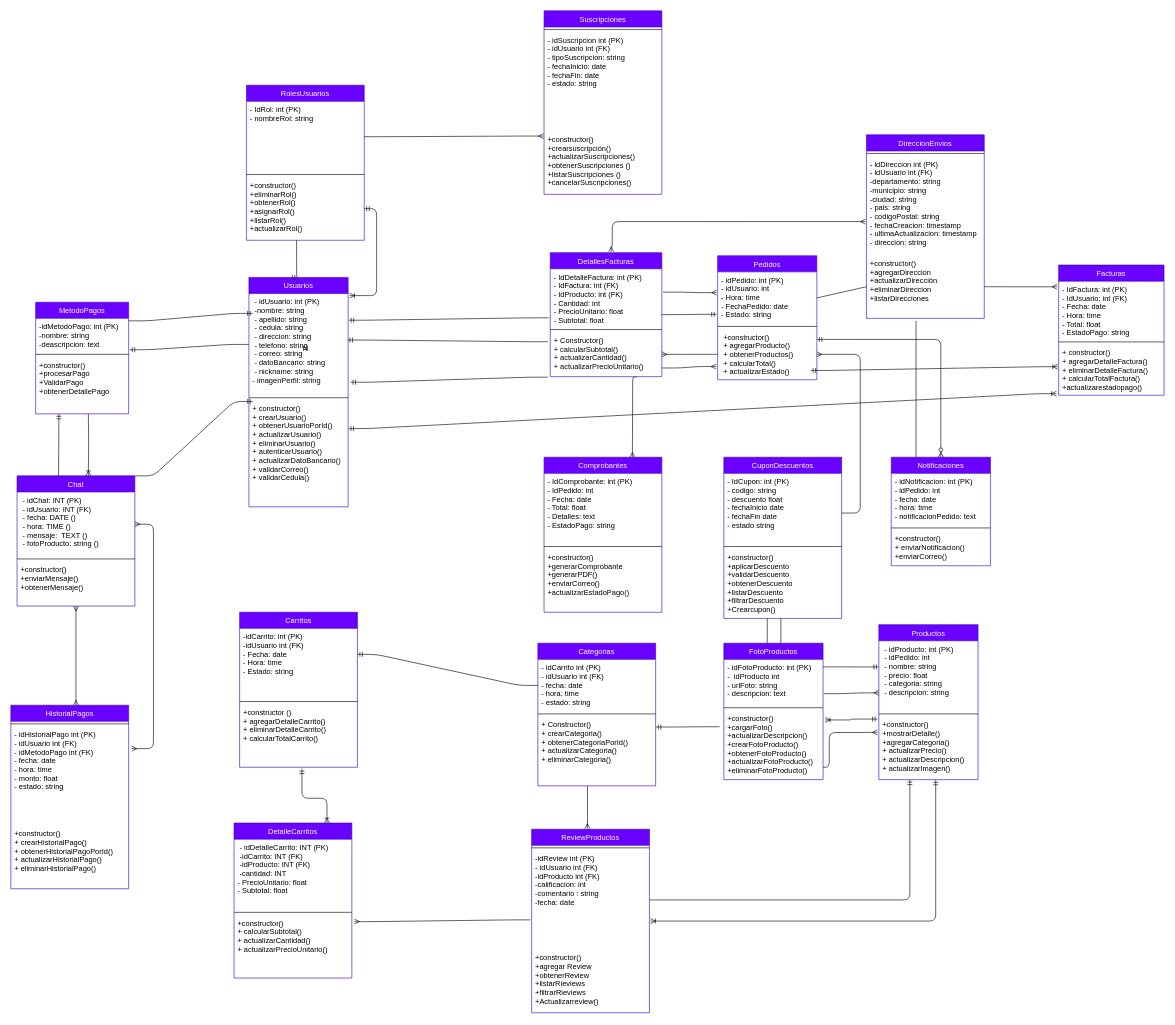
DarkJ-18/DiagramaClasesKamiapp keeps this draw.io diagram as DiagramaClasesKamiapp.drawio. Above is the earlier version. Source tidied: cells renumbered, new cells numbered last; positions are measured from the earlier drawing's top-left corner, leaving out a move shared by most shapes. Both pictures are drawn from the tidied source at 62%, with x=0, y=0 at pixel (11, 11).
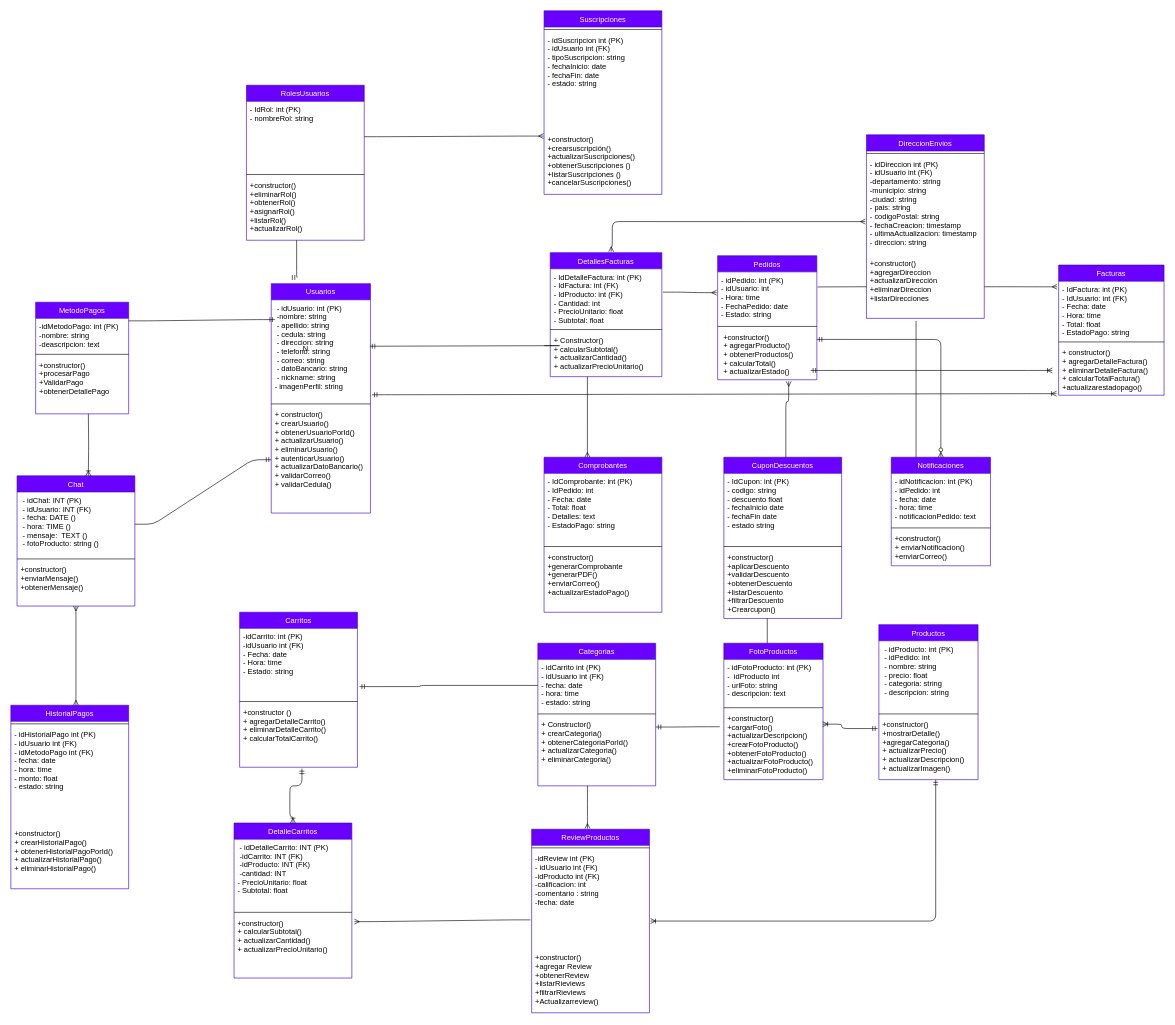
Above is the later version.

Commit message:
diagrama clases actualizado

The change refers to these unchanged cells:
```xml
<mxCell id="4" value=" - idUsuario: int (PK)&#10; -nombre: string&#10; - apellido: string&#10; - cedula: string&#10; - direccion: string&#10; - telefono: string&#10; - correo: string&#10; - datoBancario: string&#10; - nickname: string&#10;- imagenPerfil: string" style="text;align=left;verticalAlign=top;spacingLeft=4;spacingRight=4;overflow=hidden;points=[[0,0.5],[1,0.5]];portConstraint=eastwest;fontSize=12;" parent="3" vertex="1">
<mxCell id="6" value="+ constructor()&#10;+ crearUsuario()&#10;+ obtenerUsuarioPorId()&#10;+ actualizarUsuario()&#10;+ eliminarUsuario()&#10;+ autenticarUsuario()&#10;+ actualizarDatoBancario()&#10;+ validarCorreo()&#10;+ validarCedula()" style="text;align=left;verticalAlign=top;spacingLeft=4;spacingRight=4;overflow=hidden;points=[[0,0.5],[1,0.5]];portConstraint=eastwest;fontSize=12;" parent="3" vertex="1">
<mxCell id="10" value="+ constructor()&#10;+ agregarDetalleFactura()&#10;+ eliminarDetalleFactura()&#10;+ calcularTotalFactura()&#10;+actualizarestadopago()" style="text;align=left;verticalAlign=top;spacingLeft=4;spacingRight=4;overflow=hidden;points=[[0,0.5],[1,0.5]];portConstraint=eastwest;fontSize=12;" parent="7" vertex="1">
<mxCell id="11" value="Pedidos" style="swimlane;fontStyle=0;align=center;verticalAlign=top;horizontal=1;startSize=26;rounded=0;shadow=0;strokeWidth=1;fontSize=12;fillColor=#6a00ff;fontColor=#ffffff;strokeColor=#3700CC;" parent="1" vertex="1">
<mxCell id="12" value="- idPedido: int (PK)&#10;- idUsuario: int&#10;- Hora: time&#10;- FechaPedido: date&#10;- Estado: string" style="text;align=left;verticalAlign=top;spacingLeft=4;spacingRight=4;overflow=hidden;points=[[0,0.5],[1,0.5]];portConstraint=eastwest;fontSize=12;" parent="11" vertex="1">
<mxCell id="15" value=" +constructor()&#10; + agregarProducto()&#10; + obtenerProductos()&#10; + calcularTotal()&#10; + actualizarEstado()" style="text;align=left;verticalAlign=top;spacingLeft=4;spacingRight=4;overflow=hidden;points=[[0,0.5],[1,0.5]];portConstraint=eastwest;fontSize=12;" parent="11" vertex="1">
<mxCell id="17" value=" - idProducto: int (PK)&#10; - idPedido: int&#10; - nombre: string&#10; - precio: float&#10; - categoria: string&#10; - descripcion: string&#10; " style="text;align=left;verticalAlign=top;spacingLeft=4;spacingRight=4;overflow=hidden;points=[[0,0.5],[1,0.5]];portConstraint=eastwest;fontSize=12;" parent="16" vertex="1">
<mxCell id="19" value="+constructor()&#10;+mostrarDetalle() &#10;+agregarCategoria()&#10;+ actualizarPrecio()&#10;+ actualizarDescripcion()&#10;+ actualizarImagen() " style="text;align=left;verticalAlign=top;spacingLeft=4;spacingRight=4;overflow=hidden;points=[[0,0.5],[1,0.5]];portConstraint=eastwest;fontSize=12;" parent="16" vertex="1">
<mxCell id="25" value="- IdDetalleFactura: int (PK)&#10;- IdFactura: int (FK)&#10;- IdProducto: int (FK)&#10;- Cantidad: int&#10;- PrecioUnitario: float&#10;- Subtotal: float  " style="text;align=left;verticalAlign=top;spacingLeft=4;spacingRight=4;overflow=hidden;points=[[0,0.5],[1,0.5]];portConstraint=eastwest;fontSize=12;" parent="24" vertex="1">
<mxCell id="27" value="+ Constructor() &#10;+ calcularSubtotal() &#10;+ actualizarCantidad() &#10;+ actualizarPrecioUnitario()" style="text;align=left;verticalAlign=top;spacingLeft=4;spacingRight=4;overflow=hidden;points=[[0,0.5],[1,0.5]];portConstraint=eastwest;fontSize=12;" parent="24" vertex="1">
<mxCell id="28" value="MetodoPagos" style="swimlane;fontStyle=0;align=center;verticalAlign=top;horizontal=1;startSize=26;rounded=0;shadow=0;strokeWidth=1;fontSize=12;fillColor=#6a00ff;fontColor=#ffffff;strokeColor=#3700CC;" parent="1" vertex="1">
<mxCell id="29" value="-idMetodoPago: int (PK)&#10;-nombre: string&#10;-deascripcion: text" style="text;align=left;verticalAlign=top;spacingLeft=4;spacingRight=4;overflow=hidden;points=[[0,0.5],[1,0.5]];portConstraint=eastwest;fontSize=12;" parent="28" vertex="1">
<mxCell id="33" value="- idFotoProducto: int (PK)&#10;-  idProducto int&#10;- urlFoto: string&#10;- descripcion: text" style="text;align=left;verticalAlign=top;spacingLeft=4;spacingRight=4;overflow=hidden;points=[[0,0.5],[1,0.5]];portConstraint=eastwest;fontSize=12;" parent="32" vertex="1">
<mxCell id="35" value="+constructor()&#10;+cargarFoto()&#10;+actualizarDescripcion()&#10;+crearFotoProducto()&#10;+obtenerFotoProducto()&#10;+actualizarFotoProducto()&#10;+eliminarFotoProducto()&#10;&#10;" style="text;align=left;verticalAlign=top;spacingLeft=4;spacingRight=4;overflow=hidden;points=[[0,0.5],[1,0.5]];portConstraint=eastwest;fontSize=12;" parent="32" vertex="1">
<mxCell id="37" value="- idCarrito int (PK)&#10;- idUsuario int (FK)&#10;- fecha: date&#10;- hora: time&#10;- estado: string&#10;" style="text;align=left;verticalAlign=top;spacingLeft=4;spacingRight=4;overflow=hidden;points=[[0,0.5],[1,0.5]];portConstraint=eastwest;fontSize=12;" parent="36" vertex="1">
<mxCell id="41" value="-idCarrito: int (PK)&#10;-idUsuario int (FK)&#10;- Fecha: date&#10;- Hora: time&#10;- Estado: string" style="text;align=left;verticalAlign=top;spacingLeft=4;spacingRight=4;overflow=hidden;points=[[0,0.5],[1,0.5]];portConstraint=eastwest;fontSize=12;" parent="40" vertex="1">
<mxCell id="43" value="+constructor ()&#10;+ agregarDetalleCarrito()&#10;+ eliminarDetalleCarrito()&#10;+ calcularTotalCarrito()" style="text;align=left;verticalAlign=top;spacingLeft=4;spacingRight=4;overflow=hidden;points=[[0,0.5],[1,0.5]];portConstraint=eastwest;fontSize=12;" parent="40" vertex="1">
<mxCell id="44" value="DetalleCarritos" style="swimlane;fontStyle=0;align=center;verticalAlign=top;horizontal=1;startSize=26;rounded=0;shadow=0;strokeWidth=1;fontSize=12;fillColor=#6a00ff;fontColor=#ffffff;strokeColor=#3700CC;" parent="1" vertex="1">
<mxCell id="48" value="Chat" style="swimlane;fontStyle=0;align=center;verticalAlign=top;horizontal=1;startSize=26;rounded=0;shadow=0;strokeWidth=1;fontSize=12;fillColor=#6a00ff;strokeColor=#3700CC;fontColor=#ffffff;" parent="1" vertex="1">
<mxCell id="49" value=" - idChat: INT (PK)&#10; - idUsuario: INT (FK)&#10; - fecha: DATE ()&#10; - hora: TIME ()&#10; - mensaje:  TEXT ()&#10; - fotoProducto: string ()&#10;" style="text;align=left;verticalAlign=top;spacingLeft=4;spacingRight=4;overflow=hidden;points=[[0,0.5],[1,0.5]];portConstraint=eastwest;fontSize=12;" parent="48" vertex="1">
<mxCell id="53" value="Comprobantes" style="swimlane;fontStyle=0;align=center;verticalAlign=top;horizontal=1;startSize=26;rounded=0;shadow=0;strokeWidth=1;fontSize=12;fillColor=#6a00ff;fontColor=#ffffff;strokeColor=#3700CC;" parent="1" vertex="1">
<mxCell id="57" value="CuponDescuentos" style="swimlane;fontStyle=0;align=center;verticalAlign=top;horizontal=1;startSize=26;rounded=0;shadow=0;strokeWidth=1;fontSize=12;fillColor=#6a00ff;fontColor=#ffffff;strokeColor=#3700CC;" parent="1" vertex="1">
<mxCell id="64" value="+constructor()&#10;+eliminarRol()&#10;+obtenerRol()&#10;+asignarRol()&#10;+listarRol()&#10;+actualizarRol()" style="text;align=left;verticalAlign=top;spacingLeft=4;spacingRight=4;overflow=hidden;points=[[0,0.5],[1,0.5]];portConstraint=eastwest;fontSize=12;" parent="61" vertex="1">
<mxCell id="68" value="+constructor()&#10;+agregarDireccion &#10;+actualizarDirección&#10;+eliminarDireccion &#10;+listarDirecciones" style="text;align=left;verticalAlign=top;spacingLeft=4;spacingRight=4;overflow=hidden;points=[[0,0.5],[1,0.5]];portConstraint=eastwest;fontSize=12;" parent="65" vertex="1">
<mxCell id="75" value="-idReview int (PK)&#10;- idUsuario int (FK)&#10;-idProducto int (FK)&#10;-calificacion: int&#10;-comentario : string&#10;-fecha: date" style="text;align=left;verticalAlign=top;spacingLeft=4;spacingRight=4;overflow=hidden;points=[[0,0.5],[1,0.5]];portConstraint=eastwest;fontSize=12;" parent="73" vertex="1">
<mxCell id="79" value="- idHistorialPago int (PK)&#10;- idUsuario int (FK)&#10;- idMetodoPago int (FK)&#10;- fecha: date&#10;- hora: time&#10;- monto: float&#10;- estado: string" style="text;align=left;verticalAlign=top;spacingLeft=4;spacingRight=4;overflow=hidden;points=[[0,0.5],[1,0.5]];portConstraint=eastwest;fontSize=12;" parent="77" vertex="1">
```

Diff of the diagram source:
```diff
@@
-    <mxCell id="2" style="edgeStyle=orthogonalEdgeStyle;fontSize=12;html=1;endArrow=ERmany;entryX=0.75;entryY=0;entryDx=0;entryDy=0;exitX=0.773;exitY=1.005;exitDx=0;exitDy=0;exitPerimeter=0;" parent="1" edge="1" source="27" target="53">
-      <mxGeometry relative="1" as="geometry">
-        <Array as="points">
-          <mxPoint x="1003" y="590" />
-          <mxPoint x="1003" y="600" />
-        </Array>
-      </mxGeometry>
-    </mxCell>
     <mxCell id="3" value="Usuarios" style="swimlane;fontStyle=0;align=center;verticalAlign=top;horizontal=1;startSize=26;rounded=0;shadow=0;strokeWidth=1;fontSize=12;fillColor=#6a00ff;fontColor=#ffffff;strokeColor=#3700CC;" parent="1" vertex="1">
-      <mxGeometry x="384" y="430" width="160" height="370" as="geometry" />
+      <mxGeometry x="420" y="440" width="160" height="370" as="geometry" />
     </mxCell>
@@
-    <mxCell id="13" style="edgeStyle=entityRelationEdgeStyle;fontSize=12;html=1;endArrow=ERoneToMany;startArrow=ERmandOne;entryX=-0.008;entryY=0.439;entryDx=0;entryDy=0;entryPerimeter=0;" parent="11" edge="1" target="10">
+    <mxCell id="13" style="edgeStyle=entityRelationEdgeStyle;fontSize=12;html=1;endArrow=ERoneToMany;startArrow=ERmandOne;" parent="11" edge="1">
       <mxGeometry relative="1" as="geometry">
         <mxPoint x="150" y="185" as="sourcePoint" />
+        <mxPoint x="540" y="185" as="targetPoint" />
       </mxGeometry>
     </mxCell>
@@
-    <mxCell id="83" style="edgeStyle=entityRelationEdgeStyle;fontSize=12;html=1;endArrow=ERmany;startArrow=ERmany;exitX=1.026;exitY=0.225;exitDx=0;exitDy=0;exitPerimeter=0;" parent="1" edge="1" source="79" target="49">
-      <mxGeometry relative="1" as="geometry" />
-    </mxCell>
@@
-    <mxCell id="85" style="edgeStyle=entityRelationEdgeStyle;fontSize=12;html=1;endArrow=ERmandOne;entryX=1.012;entryY=0.937;entryDx=0;entryDy=0;exitX=0;exitY=0.5;exitDx=0;exitDy=0;entryPerimeter=0;" parent="1" edge="1" source="4" target="29">
-      <mxGeometry relative="1" as="geometry" />
-    </mxCell>
@@
-    <mxCell id="87" style="edgeStyle=orthogonalEdgeStyle;fontSize=12;html=1;endArrow=ERoneToMany;startArrow=ERmandOne;exitX=1;exitY=0.5;exitDx=0;exitDy=0;entryX=1.014;entryY=0.02;entryDx=0;entryDy=0;entryPerimeter=0;" parent="1" edge="1" source="64" target="4">
-      <mxGeometry relative="1" as="geometry">
-        <Array as="points">
-          <mxPoint x="590" y="319" />
-          <mxPoint x="590" y="459" />
-        </Array>
-      </mxGeometry>
-    </mxCell>
-    <mxCell id="88" style="edgeStyle=entityRelationEdgeStyle;fontSize=12;html=1;endArrow=ERmandOne;exitX=1;exitY=0;exitDx=0;exitDy=0;" parent="1" edge="1" source="48">
-      <mxGeometry relative="1" as="geometry">
-        <mxPoint x="390" y="630" as="targetPoint" />
-      </mxGeometry>
+    <mxCell id="88" style="edgeStyle=entityRelationEdgeStyle;fontSize=12;html=1;endArrow=ERmandOne;exitX=1;exitY=0.5;exitDx=0;exitDy=0;" parent="1" edge="1" source="49" target="6">
+      <mxGeometry relative="1" as="geometry" />
     </mxCell>
@@
-    <mxCell id="90" style="edgeStyle=entityRelationEdgeStyle;fontSize=12;html=1;endArrow=ERmandOne;exitX=-0.013;exitY=0.842;exitDx=0;exitDy=0;entryX=1.006;entryY=0.262;entryDx=0;entryDy=0;entryPerimeter=0;exitPerimeter=0;" parent="1" edge="1" source="25" target="4">
-      <mxGeometry relative="1" as="geometry" />
-    </mxCell>
-    <mxCell id="91" style="edgeStyle=entityRelationEdgeStyle;fontSize=12;html=1;endArrow=ERmandOne;exitX=-0.021;exitY=0.218;exitDx=0;exitDy=0;entryX=0.994;entryY=0.457;entryDx=0;entryDy=0;entryPerimeter=0;exitPerimeter=0;" parent="1" edge="1" source="27" target="4">
-      <mxGeometry relative="1" as="geometry" />
+    <mxCell id="91" style="edgeStyle=entityRelationEdgeStyle;fontSize=12;html=1;endArrow=ERmandOne;entryX=0.994;entryY=0.457;entryDx=0;entryDy=0;entryPerimeter=0;" parent="1" edge="1" target="4">
+      <mxGeometry relative="1" as="geometry">
+        <mxPoint x="860" y="540" as="sourcePoint" />
+      </mxGeometry>
     </mxCell>
-    <mxCell id="92" style="edgeStyle=entityRelationEdgeStyle;fontSize=12;html=1;endArrow=ERmandOne;exitX=-0.021;exitY=1.012;exitDx=0;exitDy=0;entryX=1.025;entryY=0.872;entryDx=0;entryDy=0;entryPerimeter=0;exitPerimeter=0;" parent="1" edge="1" source="27" target="4">
-      <mxGeometry relative="1" as="geometry" />
-    </mxCell>
-    <mxCell id="93" style="edgeStyle=entityRelationEdgeStyle;fontSize=12;html=1;endArrow=ERoneToMany;startArrow=ERmandOne;exitX=1.004;exitY=0.266;exitDx=0;exitDy=0;exitPerimeter=0;entryX=-0.02;entryY=0.969;entryDx=0;entryDy=0;entryPerimeter=0;" parent="1" edge="1" source="6" target="10">
+    <mxCell id="93" style="edgeStyle=entityRelationEdgeStyle;fontSize=12;html=1;endArrow=ERoneToMany;startArrow=ERmandOne;exitX=1.016;exitY=0.934;exitDx=0;exitDy=0;exitPerimeter=0;entryX=-0.02;entryY=0.969;entryDx=0;entryDy=0;entryPerimeter=0;" parent="1" edge="1" source="4" target="10">
       <mxGeometry relative="1" as="geometry" />
     </mxCell>
@@
-    <mxCell id="95" style="edgeStyle=entityRelationEdgeStyle;fontSize=12;html=1;endArrow=ERmany;entryX=1;entryY=0.5;entryDx=0;entryDy=0;exitX=0;exitY=0.5;exitDx=0;exitDy=0;" parent="1" edge="1" source="15" target="27">
-      <mxGeometry relative="1" as="geometry" />
-    </mxCell>
-    <mxCell id="96" style="edgeStyle=entityRelationEdgeStyle;fontSize=12;html=1;endArrow=ERmany;exitX=1.01;exitY=0.401;exitDx=0;exitDy=0;exitPerimeter=0;entryX=-0.015;entryY=0.74;entryDx=0;entryDy=0;entryPerimeter=0;" parent="1" edge="1" target="15">
-      <mxGeometry relative="1" as="geometry">
-        <mxPoint x="1050" y="576" as="sourcePoint" />
-      </mxGeometry>
-    </mxCell>
@@
-    <mxCell id="98" style="edgeStyle=entityRelationEdgeStyle;fontSize=12;html=1;endArrow=ERmany;" parent="1" edge="1" target="15">
-      <mxGeometry relative="1" as="geometry">
-        <mxPoint x="1340" y="810" as="sourcePoint" />
-      </mxGeometry>
-    </mxCell>
@@
-    <mxCell id="100" style="endArrow=none;html=1;rounded=0;" parent="1" edge="1">
-      <mxGeometry relative="1" as="geometry">
-        <mxPoint x="1242" y="980" as="sourcePoint" />
-        <mxPoint x="1242" y="1020" as="targetPoint" />
-      </mxGeometry>
-    </mxCell>
-    <mxCell id="101" style="edgeStyle=entityRelationEdgeStyle;fontSize=12;html=1;endArrow=ERmandOne;entryX=0;entryY=0.37;entryDx=0;entryDy=0;entryPerimeter=0;exitX=1;exitY=0.164;exitDx=0;exitDy=0;exitPerimeter=0;" parent="1" edge="1" source="33" target="17">
-      <mxGeometry relative="1" as="geometry" />
-    </mxCell>
-    <mxCell id="102" style="edgeStyle=orthogonalEdgeStyle;fontSize=12;html=1;endArrow=ERmany;entryX=-0.015;entryY=0.252;entryDx=0;entryDy=0;entryPerimeter=0;" parent="1" edge="1" target="19">
-      <mxGeometry relative="1" as="geometry">
-        <mxPoint x="1310" y="1220" as="sourcePoint" />
-        <Array as="points">
-          <mxPoint x="1320" y="1220" />
-          <mxPoint x="1320" y="1164" />
-          <mxPoint x="1370" y="1164" />
-        </Array>
-      </mxGeometry>
-    </mxCell>
-    <mxCell id="103" style="edgeStyle=entityRelationEdgeStyle;fontSize=12;html=1;endArrow=ERmany;entryX=0;entryY=0.737;entryDx=0;entryDy=0;entryPerimeter=0;exitX=1.008;exitY=0.748;exitDx=0;exitDy=0;exitPerimeter=0;" parent="1" edge="1" source="33" target="17">
-      <mxGeometry relative="1" as="geometry" />
-    </mxCell>
-    <mxCell id="104" style="edgeStyle=orthogonalEdgeStyle;fontSize=12;html=1;endArrow=ERoneToMany;startArrow=ERmandOne;entryX=1.021;entryY=0.14;entryDx=0;entryDy=0;entryPerimeter=0;exitX=-0.013;exitY=0.042;exitDx=0;exitDy=0;exitPerimeter=0;" parent="1" edge="1" source="19" target="35">
-      <mxGeometry relative="1" as="geometry" />
-    </mxCell>
@@
-    <mxCell id="107" style="endArrow=none;html=1;rounded=0;entryX=0;entryY=0.5;entryDx=0;entryDy=0;exitX=1;exitY=0.5;exitDx=0;exitDy=0;" parent="1" edge="1" source="12" target="68">
+    <mxCell id="107" style="endArrow=none;html=1;rounded=0;entryX=0;entryY=0.5;entryDx=0;entryDy=0;exitX=1.007;exitY=0.289;exitDx=0;exitDy=0;exitPerimeter=0;" parent="1" edge="1" source="12" target="68">
       <mxGeometry relative="1" as="geometry" />
     </mxCell>
@@
-    <mxCell id="110" style="edgeStyle=entityRelationEdgeStyle;fontSize=12;html=1;endArrow=ERmandOne;exitX=0;exitY=0.5;exitDx=0;exitDy=0;entryX=1;entryY=0.368;entryDx=0;entryDy=0;entryPerimeter=0;" parent="1" edge="1" source="37" target="41">
-      <mxGeometry relative="1" as="geometry" />
+    <mxCell id="110" style="edgeStyle=orthogonalEdgeStyle;fontSize=12;html=1;endArrow=ERmandOne;exitX=0;exitY=0.5;exitDx=0;exitDy=0;entryX=1.017;entryY=0.824;entryDx=0;entryDy=0;entryPerimeter=0;" parent="1" edge="1" source="37" target="41">
+      <mxGeometry relative="1" as="geometry">
+        <Array as="points">
+          <mxPoint x="660" y="1088" />
+          <mxPoint x="660" y="1090" />
+        </Array>
+      </mxGeometry>
     </mxCell>
@@
-    <mxCell id="113" style="edgeStyle=orthogonalEdgeStyle;fontSize=12;html=1;endArrow=ERmandOne;exitX=1;exitY=0.5;exitDx=0;exitDy=0;" parent="1" edge="1" source="75">
-      <mxGeometry relative="1" as="geometry">
-        <mxPoint x="1450" y="1240" as="targetPoint" />
-        <Array as="points">
-          <mxPoint x="1450" y="1434" />
-        </Array>
-      </mxGeometry>
-    </mxCell>
-    <mxCell id="114" style="edgeStyle=orthogonalEdgeStyle;fontSize=12;html=1;endArrow=ERmandOne;entryX=0.25;entryY=1;entryDx=0;entryDy=0;" parent="1" edge="1" target="28">
-      <mxGeometry relative="1" as="geometry">
-        <mxPoint x="77" y="750" as="sourcePoint" />
-      </mxGeometry>
-    </mxCell>
-    <mxCell id="115" style="edgeStyle=entityRelationEdgeStyle;fontSize=12;html=1;endArrow=ERmandOne;exitX=1;exitY=0.787;exitDx=0;exitDy=0;exitPerimeter=0;entryX=-0.01;entryY=0.815;entryDx=0;entryDy=0;entryPerimeter=0;" parent="1" edge="1" source="25" target="12">
-      <mxGeometry relative="1" as="geometry" />
-    </mxCell>
-    <mxCell id="116" style="edgeStyle=orthogonalEdgeStyle;fontSize=12;html=1;endArrow=ERoneToMany;startArrow=ERmandOne;exitX=0.529;exitY=1.022;exitDx=0;exitDy=0;exitPerimeter=0;entryX=0.789;entryY=0;entryDx=0;entryDy=0;entryPerimeter=0;" parent="1" edge="1" source="43" target="44">
+    <mxCell id="116" style="edgeStyle=orthogonalEdgeStyle;fontSize=12;html=1;endArrow=ERoneToMany;startArrow=ERmandOne;exitX=0.529;exitY=1.022;exitDx=0;exitDy=0;exitPerimeter=0;entryX=0.5;entryY=0;entryDx=0;entryDy=0;" parent="1" edge="1" source="43" target="44">
       <mxGeometry relative="1" as="geometry">
         <Array as="points">
-          <mxPoint x="470" y="1270" />
-          <mxPoint x="510" y="1270" />
+          <mxPoint x="470" y="1250" />
+          <mxPoint x="450" y="1250" />
+          <mxPoint x="450" y="1300" />
+          <mxPoint x="455" y="1300" />
         </Array>
       </mxGeometry>
     </mxCell>
@@
+    <mxCell id="114" style="edgeStyle=orthogonalEdgeStyle;fontSize=12;html=1;endArrow=ERoneToMany;startArrow=ERmandOne;exitX=-0.012;exitY=0.192;exitDx=0;exitDy=0;exitPerimeter=0;entryX=0.996;entryY=0.201;entryDx=0;entryDy=0;entryPerimeter=0;" parent="1" edge="1" source="19" target="35">
+      <mxGeometry relative="1" as="geometry">
+        <Array as="points">
+          <mxPoint x="1340" y="1158" />
+          <mxPoint x="1340" y="1151" />
+        </Array>
+      </mxGeometry>
+    </mxCell>
+    <mxCell id="2" style="edgeStyle=orthogonalEdgeStyle;fontSize=12;html=1;endArrow=ERmany;entryX=0.368;entryY=0;entryDx=0;entryDy=0;entryPerimeter=0;exitX=0.333;exitY=1;exitDx=0;exitDy=0;exitPerimeter=0;" parent="1" edge="1" source="27" target="53">
+      <mxGeometry relative="1" as="geometry" />
+    </mxCell>
+    <mxCell id="118" style="edgeStyle=orthogonalEdgeStyle;fontSize=12;html=1;endArrow=ERmany;entryX=0.716;entryY=1.031;entryDx=0;entryDy=0;entryPerimeter=0;" parent="1" edge="1" source="57" target="15">
+      <mxGeometry relative="1" as="geometry">
+        <Array as="points">
+          <mxPoint x="1250" y="630" />
+          <mxPoint x="1255" y="630" />
+        </Array>
+      </mxGeometry>
+    </mxCell>
```
